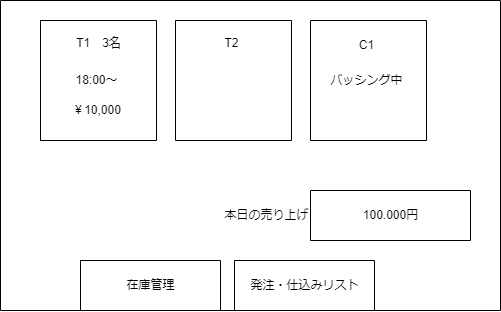
Earlier version of the draw.io export psp4/画面項目図_メイン画面.drawio.png (MasakiHiguchi/---). Source tidied: cells renumbered, new cells last; positions are measured from the earlier drawing's top-left corner, leaving out a move shared by most shapes. The source it was exported from:
```xml
<mxGraphModel>
  <root>
    <mxCell id="0" />
    <mxCell id="1" parent="0" />
    <mxCell id="2" style="swimlane;startSize=0;" parent="1" vertex="1">
      <mxGeometry width="500" height="310" as="geometry" />
    </mxCell>
    <mxCell id="3" style="swimlane;startSize=0;" parent="2" vertex="1">
      <mxGeometry x="310" y="20" width="116" height="120" as="geometry" />
    </mxCell>
    <mxCell id="4" value="バッシング中" style="text;html=1;align=center;verticalAlign=middle;strokeColor=none;fillColor=none;" parent="3" vertex="1">
      <mxGeometry x="6" y="45" width="100" height="30" as="geometry" />
    </mxCell>
    <mxCell id="5" value="C1" style="text;html=1;align=center;verticalAlign=middle;strokeColor=none;fillColor=none;" parent="3" vertex="1">
      <mxGeometry x="36" y="10" width="40" height="30" as="geometry" />
    </mxCell>
    <mxCell id="6" style="swimlane;startSize=0;" parent="2" vertex="1">
      <mxGeometry x="175" y="20" width="116" height="120" as="geometry" />
    </mxCell>
    <mxCell id="7" value="T2" style="text;html=1;align=center;verticalAlign=middle;strokeColor=none;fillColor=none;" parent="2" vertex="1">
      <mxGeometry x="211" y="28" width="40" height="30" as="geometry" />
    </mxCell>
    <mxCell id="8" style="swimlane;startSize=0;" parent="2" vertex="1">
      <mxGeometry x="40" y="20" width="116" height="120" as="geometry" />
    </mxCell>
    <mxCell id="9" value="18:00～" style="text;html=1;align=center;verticalAlign=middle;strokeColor=none;fillColor=none;" parent="8" vertex="1">
      <mxGeometry x="21" y="45" width="70" height="30" as="geometry" />
    </mxCell>
    <mxCell id="10" value="￥10,000" style="text;html=1;align=center;verticalAlign=middle;strokeColor=none;fillColor=none;" parent="8" vertex="1">
      <mxGeometry x="21" y="75" width="70" height="30" as="geometry" />
    </mxCell>
    <mxCell id="11" value="T1　3名&lt;br&gt;" style="text;html=1;align=center;verticalAlign=middle;strokeColor=none;fillColor=none;" parent="8" vertex="1">
      <mxGeometry x="23" y="8" width="70" height="30" as="geometry" />
    </mxCell>
    <mxCell id="12" style="swimlane;startSize=0;" parent="2" vertex="1">
      <mxGeometry x="80" y="260" width="140" height="50" as="geometry" />
    </mxCell>
    <mxCell id="13" value="在庫管理" style="text;html=1;align=center;verticalAlign=middle;strokeColor=none;fillColor=none;" parent="12" vertex="1">
      <mxGeometry x="35" y="10" width="70" height="30" as="geometry" />
    </mxCell>
    <mxCell id="14" style="swimlane;startSize=0;" parent="2" vertex="1">
      <mxGeometry x="234" y="260" width="140" height="50" as="geometry" />
    </mxCell>
    <mxCell id="15" value="発注・仕込みリスト" style="text;html=1;align=center;verticalAlign=middle;strokeColor=none;fillColor=none;" parent="14" vertex="1">
      <mxGeometry x="5" y="10" width="130" height="30" as="geometry" />
    </mxCell>
    <mxCell id="16" value="本日の売り上げ" style="text;html=1;align=center;verticalAlign=middle;strokeColor=none;fillColor=none;" parent="2" vertex="1">
      <mxGeometry x="211" y="200" width="110" height="30" as="geometry" />
    </mxCell>
    <mxCell id="17" style="swimlane;startSize=0;" parent="2" vertex="1">
      <mxGeometry x="310" y="190" width="160" height="50" as="geometry" />
    </mxCell>
    <mxCell id="18" value="100.000円" style="text;html=1;align=center;verticalAlign=middle;strokeColor=none;fillColor=none;" parent="17" vertex="1">
      <mxGeometry x="40" y="10" width="80" height="30" as="geometry" />
    </mxCell>
  </root>
</mxGraphModel>
```
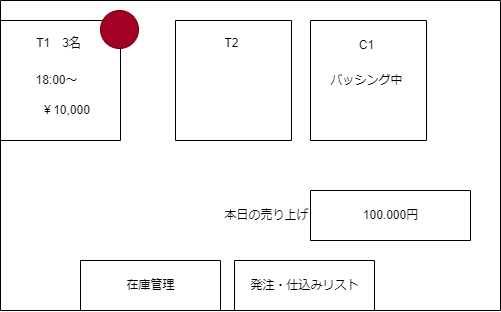
The same diagram one commit later.

Commit message:
客情報を再設定するためのボタンを追加

Change to the diagram source:
```diff
@@ -21,17 +21,20 @@
       <mxGeometry x="211" y="28" width="40" height="30" as="geometry" />
     </mxCell>
     <mxCell id="8" style="swimlane;startSize=0;" parent="2" vertex="1">
-      <mxGeometry x="40" y="20" width="116" height="120" as="geometry" />
+      <mxGeometry y="20" width="120" height="120" as="geometry" />
     </mxCell>
     <mxCell id="9" value="18:00～" style="text;html=1;align=center;verticalAlign=middle;strokeColor=none;fillColor=none;" parent="8" vertex="1">
       <mxGeometry x="21" y="45" width="70" height="30" as="geometry" />
     </mxCell>
     <mxCell id="10" value="￥10,000" style="text;html=1;align=center;verticalAlign=middle;strokeColor=none;fillColor=none;" parent="8" vertex="1">
-      <mxGeometry x="21" y="75" width="70" height="30" as="geometry" />
+      <mxGeometry x="30" y="75" width="70" height="30" as="geometry" />
     </mxCell>
     <mxCell id="11" value="T1　3名&lt;br&gt;" style="text;html=1;align=center;verticalAlign=middle;strokeColor=none;fillColor=none;" parent="8" vertex="1">
       <mxGeometry x="23" y="8" width="70" height="30" as="geometry" />
     </mxCell>
+    <mxCell id="19" style="ellipse;whiteSpace=wrap;html=1;fillColor=#a20025;fontColor=#ffffff;strokeColor=#6F0000;" parent="8" vertex="1">
+      <mxGeometry x="100" y="-10" width="38" height="38" as="geometry" />
+    </mxCell>
     <mxCell id="12" style="swimlane;startSize=0;" parent="2" vertex="1">
       <mxGeometry x="80" y="260" width="140" height="50" as="geometry" />
     </mxCell>
```
